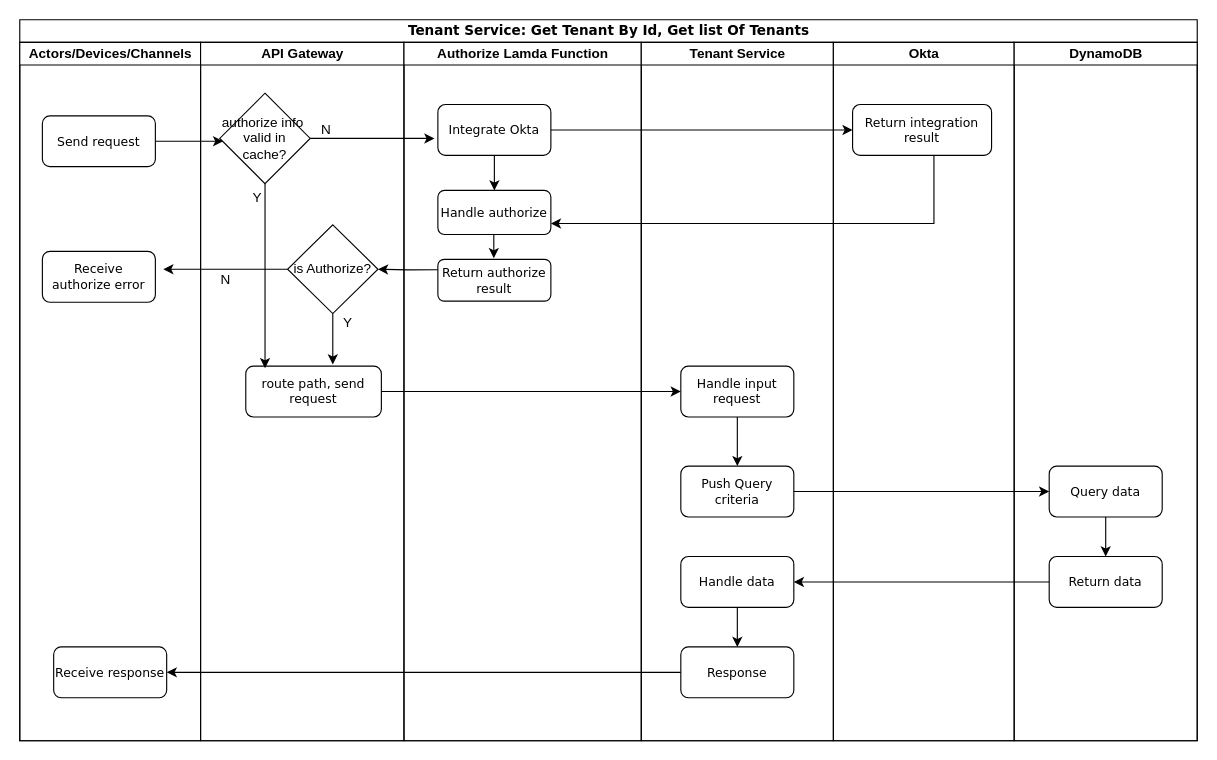
The draw.io diagram DispatchTenant3.drawio in dieunguyen2003/deploycode, before the edit. Source tidied: cells renumbered, new cells numbered last; positions are measured from the earlier drawing's top-left corner, leaving out a move shared by most shapes. Both pictures are drawn from the tidied source at 113%, with x=0, y=0 at pixel (19, 19).
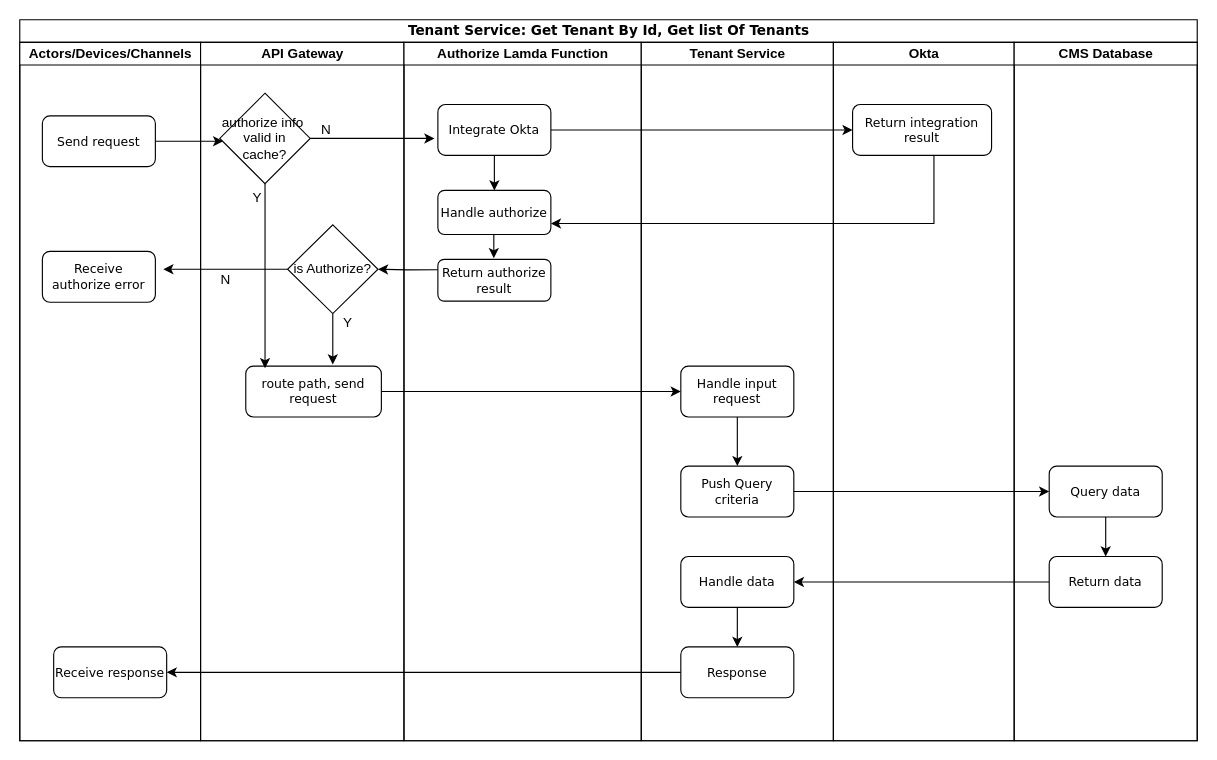
The same page after the edit.

Unchanged cells that the change refers to:
```xml
<mxCell id="2" value="&lt;font style=&quot;font-size: 12px;&quot;&gt;Tenant Service: Get Tenant By Id, Get list Of Tenants&lt;/font&gt;" style="swimlane;html=1;startSize=20;rounded=0;shadow=0;labelBackgroundColor=none;strokeWidth=1;fontFamily=Verdana;fontSize=8;align=center;" parent="1" vertex="1">
  <mxGeometry width="1042" height="638" as="geometry" />
</mxCell>
```

Diff of the diagram source:
```diff
@@
-    <mxCell id="37" value="DynamoDB" style="swimlane;html=1;startSize=20;" parent="2" vertex="1">
+    <mxCell id="37" value="CMS Database" style="swimlane;html=1;startSize=20;" parent="2" vertex="1">
       <mxGeometry x="880" y="20" width="162" height="618" as="geometry" />
     </mxCell>
```
